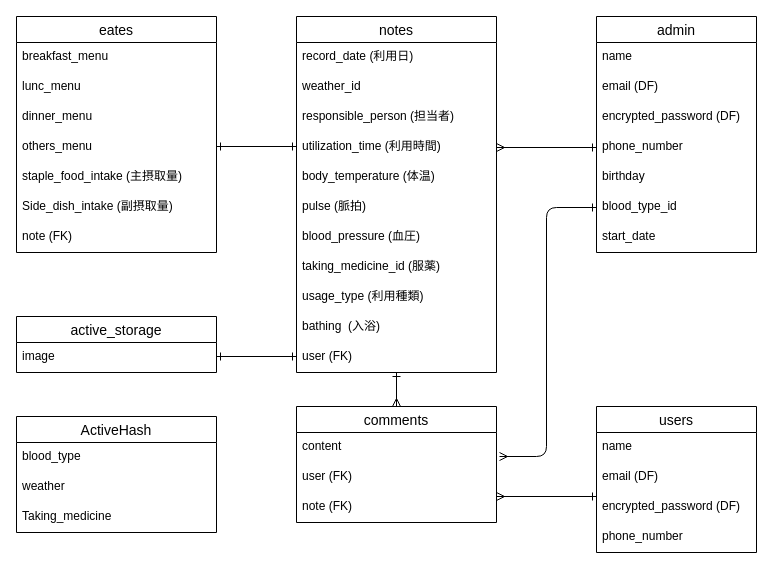
Above: ohana.dio in NRM129/ohana (draw.io), before the change. Source tidied: cells renumbered, new cells numbered last; positions are measured from the earlier drawing's top-left corner, leaving out a move shared by most shapes. Both pictures are drawn from the tidied source at 100%, with x=0, y=0 at pixel (16, 16).
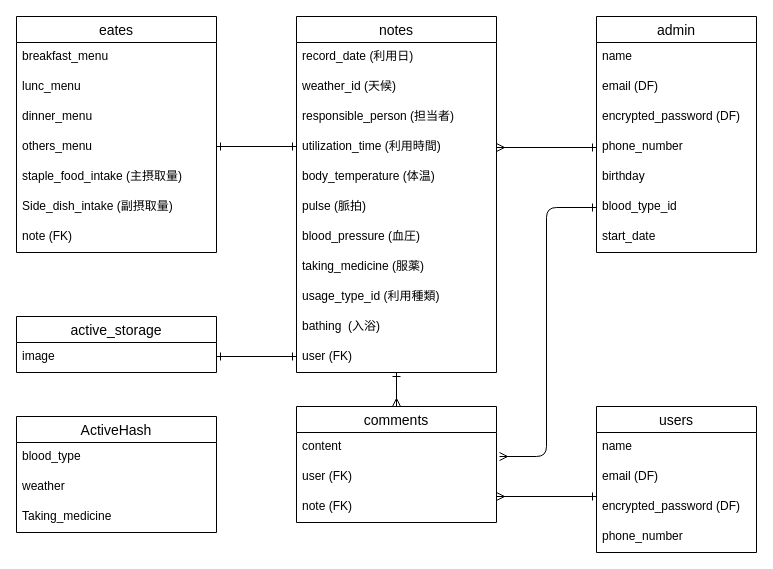
The same page after the edit.

The change refers to these unchanged cells:
```xml
<mxCell id="10" value="notes" style="swimlane;fontStyle=0;horizontal=1;startSize=26;align=center;fontSize=14;" parent="1" vertex="1">
  <mxGeometry x="280" width="200" height="356" as="geometry" />
</mxCell>
```

Diff of the diagram source:
```diff
@@
-    <mxCell id="12" value="weather_id" style="text;strokeColor=none;fillColor=none;spacingLeft=4;spacingRight=4;overflow=hidden;fontSize=12;" parent="10" vertex="1">
+    <mxCell id="12" value="weather_id (天候)" style="text;strokeColor=none;fillColor=none;spacingLeft=4;spacingRight=4;overflow=hidden;fontSize=12;" parent="10" vertex="1">
       <mxGeometry y="56" width="200" height="30" as="geometry" />
     </mxCell>
@@
-    <mxCell id="18" value="taking_medicine_id (服薬)" style="text;strokeColor=none;fillColor=none;spacingLeft=4;spacingRight=4;overflow=hidden;fontSize=12;" parent="10" vertex="1">
+    <mxCell id="18" value="taking_medicine (服薬)" style="text;strokeColor=none;fillColor=none;spacingLeft=4;spacingRight=4;overflow=hidden;fontSize=12;" parent="10" vertex="1">
       <mxGeometry y="236" width="200" height="30" as="geometry" />
     </mxCell>
-    <mxCell id="19" value="usage_type (利用種類)" style="text;strokeColor=none;fillColor=none;spacingLeft=4;spacingRight=4;overflow=hidden;fontSize=12;" parent="10" vertex="1">
+    <mxCell id="19" value="usage_type_id (利用種類)" style="text;strokeColor=none;fillColor=none;spacingLeft=4;spacingRight=4;overflow=hidden;fontSize=12;" parent="10" vertex="1">
       <mxGeometry y="266" width="200" height="30" as="geometry" />
     </mxCell>
```
